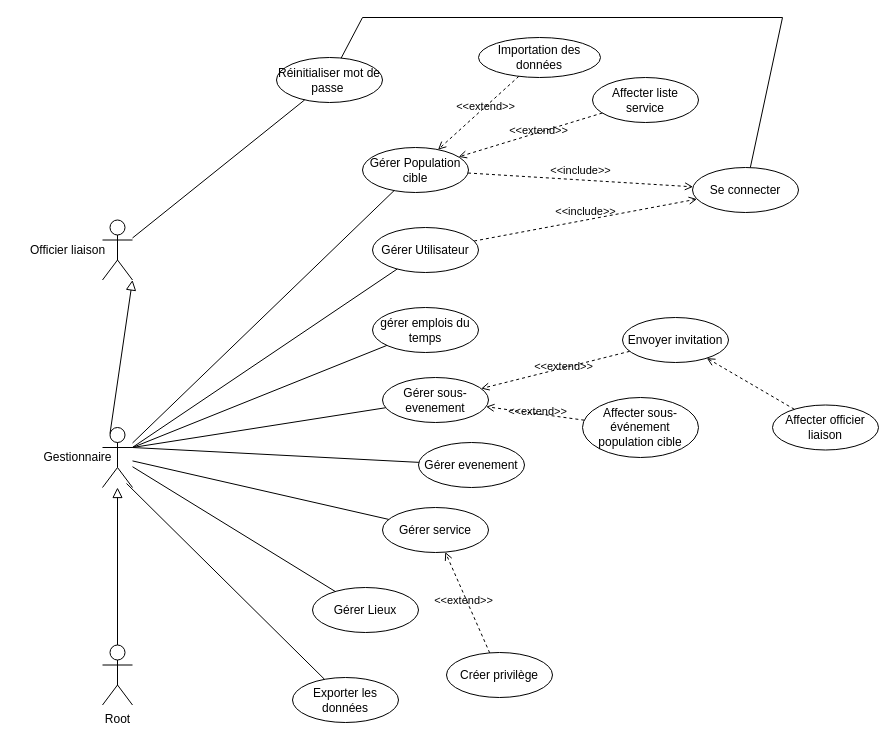
Before: page "DCU-ACCUEIL-PROTOCOLE" (1 of 6) of Diagramme COCAN.drawio in kbvac/Diagramme-UML, a draw.io diagram. Source tidied: cells renumbered, new cells numbered last; positions are measured from the earlier drawing's top-left corner, leaving out a move shared by most shapes. Both pictures are drawn from the tidied source at 100%, with x=0, y=0 at pixel (17, 17).
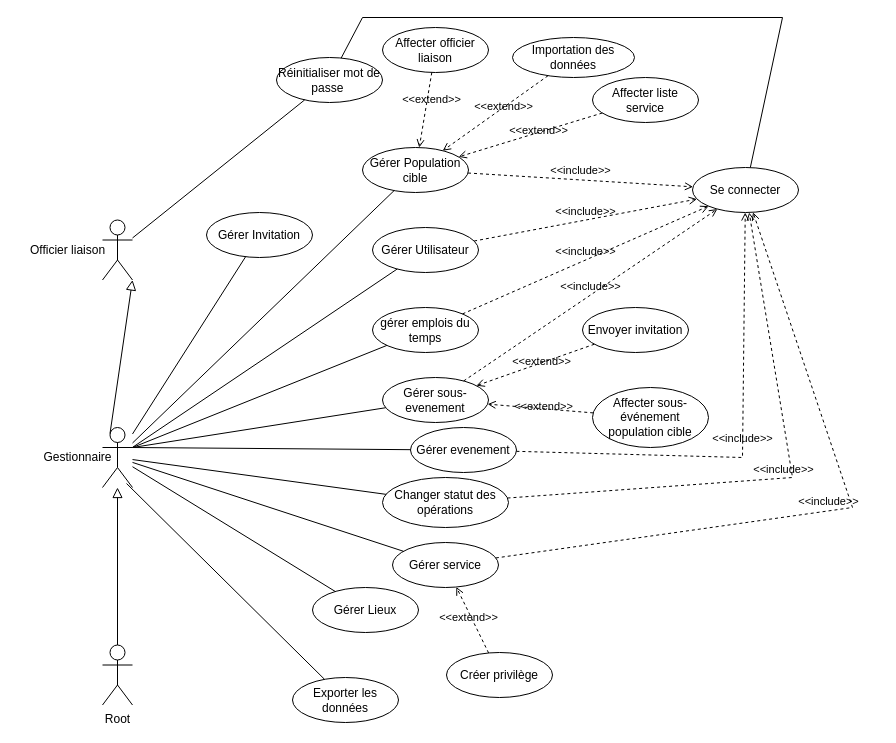
Above is the later version.

Unchanged cells that the change refers to:
```xml
<mxCell id="2" style="shape=umlActor;verticalLabelPosition=bottom;verticalAlign=top;html=1;" parent="1" vertex="1">
  <mxGeometry x="85" y="410" width="30" height="60" as="geometry" />
</mxCell>
<mxCell id="9" value="Gérer Population cible" style="ellipse;whiteSpace=wrap;html=1;" parent="1" vertex="1">
  <mxGeometry x="345" y="130" width="106" height="45" as="geometry" />
</mxCell>
<mxCell id="12" value="Se connecter" style="ellipse;whiteSpace=wrap;html=1;" parent="1" vertex="1">
  <mxGeometry x="675" y="150" width="106" height="45" as="geometry" />
</mxCell>
<mxCell id="25" value="Gérer sous-evenement" style="ellipse;whiteSpace=wrap;html=1;" parent="1" vertex="1">
  <mxGeometry x="365" y="360" width="106" height="45" as="geometry" />
</mxCell>
<mxCell id="34" value="gérer emplois du temps" style="ellipse;whiteSpace=wrap;html=1;" parent="1" vertex="1">
  <mxGeometry x="355" y="290" width="106" height="45" as="geometry" />
</mxCell>
```

What changed in the source:
```diff
@@
     <mxCell id="11" value="Affecter officier liaison" style="ellipse;whiteSpace=wrap;html=1;" parent="1" vertex="1">
-      <mxGeometry x="755" y="387.5" width="106" height="45" as="geometry" />
+      <mxGeometry x="365" y="10" width="106" height="45" as="geometry" />
     </mxCell>
@@
     <mxCell id="15" value="Importation des données" style="ellipse;whiteSpace=wrap;html=1;" parent="1" vertex="1">
-      <mxGeometry x="461" y="20" width="122" height="40" as="geometry" />
+      <mxGeometry x="495" y="20" width="122" height="40" as="geometry" />
     </mxCell>
@@
     <mxCell id="21" value="Gérer service" style="ellipse;whiteSpace=wrap;html=1;" parent="1" vertex="1">
-      <mxGeometry x="365" y="490" width="106" height="45" as="geometry" />
+      <mxGeometry x="375" y="525" width="106" height="45" as="geometry" />
     </mxCell>
@@
     <mxCell id="27" value="Gérer evenement" style="ellipse;whiteSpace=wrap;html=1;" parent="1" vertex="1">
-      <mxGeometry x="401" y="425" width="106" height="45" as="geometry" />
+      <mxGeometry x="393" y="410" width="106" height="45" as="geometry" />
     </mxCell>
@@
     <mxCell id="32" value="Affecter sous-événement population cible" style="ellipse;whiteSpace=wrap;html=1;" parent="1" vertex="1">
-      <mxGeometry x="565" y="380" width="116" height="60" as="geometry" />
+      <mxGeometry x="575" y="370" width="116" height="60" as="geometry" />
     </mxCell>
@@
-    <mxCell id="42" style="html=1;verticalAlign=bottom;labelBackgroundColor=none;endArrow=open;endFill=0;dashed=1;rounded=0;" parent="1" edge="1" source="11" target="43">
+    <mxCell id="42" value="&amp;lt;&amp;lt;extend&amp;gt;&amp;gt;" style="html=1;verticalAlign=bottom;labelBackgroundColor=none;endArrow=open;endFill=0;dashed=1;rounded=0;" parent="1" edge="1" source="11" target="9">
       <mxGeometry x="-0.08" y="6" relative="1" as="geometry">
         <mxPoint y="1" as="offset" />
       </mxGeometry>
     </mxCell>
     <mxCell id="43" value="Envoyer invitation" style="ellipse;whiteSpace=wrap;html=1;" parent="1" vertex="1">
-      <mxGeometry x="605" y="300" width="106" height="45" as="geometry" />
+      <mxGeometry x="565" y="290" width="106" height="45" as="geometry" />
     </mxCell>
@@
+    <mxCell id="45" value="Changer statut des opérations" style="ellipse;whiteSpace=wrap;html=1;" parent="1" vertex="1">
+      <mxGeometry x="365" y="460" width="126" height="50" as="geometry" />
+    </mxCell>
+    <mxCell id="46" style="endArrow=none;startArrow=none;endFill=0;startFill=0;endSize=8;html=1;verticalAlign=bottom;labelBackgroundColor=none;strokeWidth=1;rounded=0;" parent="1" edge="1" source="2" target="45">
+      <mxGeometry relative="1" as="geometry" />
+    </mxCell>
+    <mxCell id="47" value="Gérer Invitation" style="ellipse;whiteSpace=wrap;html=1;" parent="1" vertex="1">
+      <mxGeometry x="189" y="195" width="106" height="45" as="geometry" />
+    </mxCell>
+    <mxCell id="48" style="endArrow=none;startArrow=none;endFill=0;startFill=0;endSize=8;html=1;verticalAlign=bottom;labelBackgroundColor=none;strokeWidth=1;rounded=0;" parent="1" edge="1" source="2" target="47">
+      <mxGeometry relative="1" as="geometry" />
+    </mxCell>
+    <mxCell id="49" value="&amp;lt;&amp;lt;include&amp;gt;&amp;gt;" style="html=1;verticalAlign=bottom;labelBackgroundColor=none;endArrow=open;endFill=0;dashed=1;rounded=0;" parent="1" edge="1" source="34" target="12">
+      <mxGeometry relative="1" as="geometry" />
+    </mxCell>
+    <mxCell id="50" value="&amp;lt;&amp;lt;include&amp;gt;&amp;gt;" style="html=1;verticalAlign=bottom;labelBackgroundColor=none;endArrow=open;endFill=0;dashed=1;rounded=0;" parent="1" edge="1" source="25" target="12">
+      <mxGeometry relative="1" as="geometry" />
+    </mxCell>
+    <mxCell id="51" value="&amp;lt;&amp;lt;include&amp;gt;&amp;gt;" style="html=1;verticalAlign=bottom;labelBackgroundColor=none;endArrow=open;endFill=0;dashed=1;rounded=0;" parent="1" edge="1" source="27" target="12">
+      <mxGeometry relative="1" as="geometry">
+        <Array as="points">
+          <mxPoint x="725" y="440" />
+        </Array>
+      </mxGeometry>
+    </mxCell>
+    <mxCell id="52" value="&amp;lt;&amp;lt;include&amp;gt;&amp;gt;" style="html=1;verticalAlign=bottom;labelBackgroundColor=none;endArrow=open;endFill=0;dashed=1;rounded=0;" parent="1" edge="1" source="45" target="12">
+      <mxGeometry relative="1" as="geometry">
+        <Array as="points">
+          <mxPoint x="775" y="460" />
+        </Array>
+      </mxGeometry>
+    </mxCell>
+    <mxCell id="53" value="&amp;lt;&amp;lt;include&amp;gt;&amp;gt;" style="html=1;verticalAlign=bottom;labelBackgroundColor=none;endArrow=open;endFill=0;dashed=1;rounded=0;" parent="1" edge="1" source="21" target="12">
+      <mxGeometry relative="1" as="geometry">
+        <Array as="points">
+          <mxPoint x="835" y="490" />
+        </Array>
+      </mxGeometry>
+    </mxCell>
```
